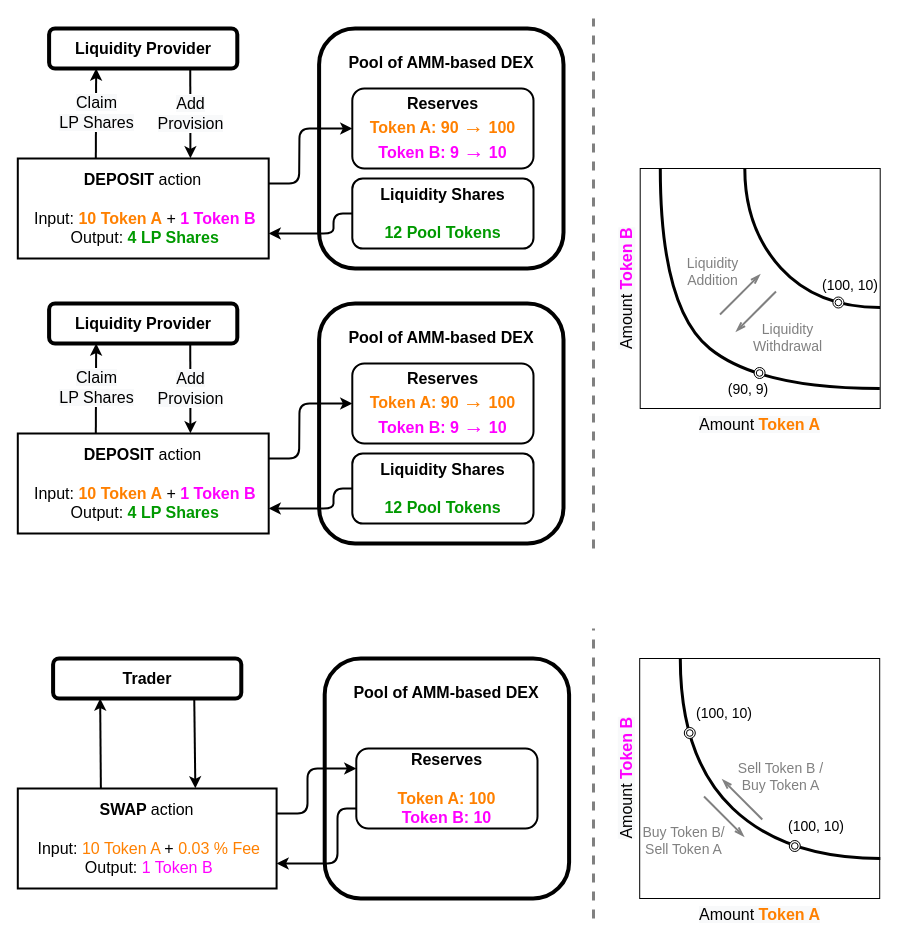
The draw.io diagram page "Page-2" (2 of 2) of assets/AMM mechanism.drawio in xujiahuayz/bondingcurves, before the edit. Source tidied: cells renumbered, new cells numbered last; positions are measured from the earlier drawing's top-left corner, leaving out a move shared by most shapes. Both pictures are drawn from the tidied source at 100%, with x=0, y=0 at pixel (17, 18).
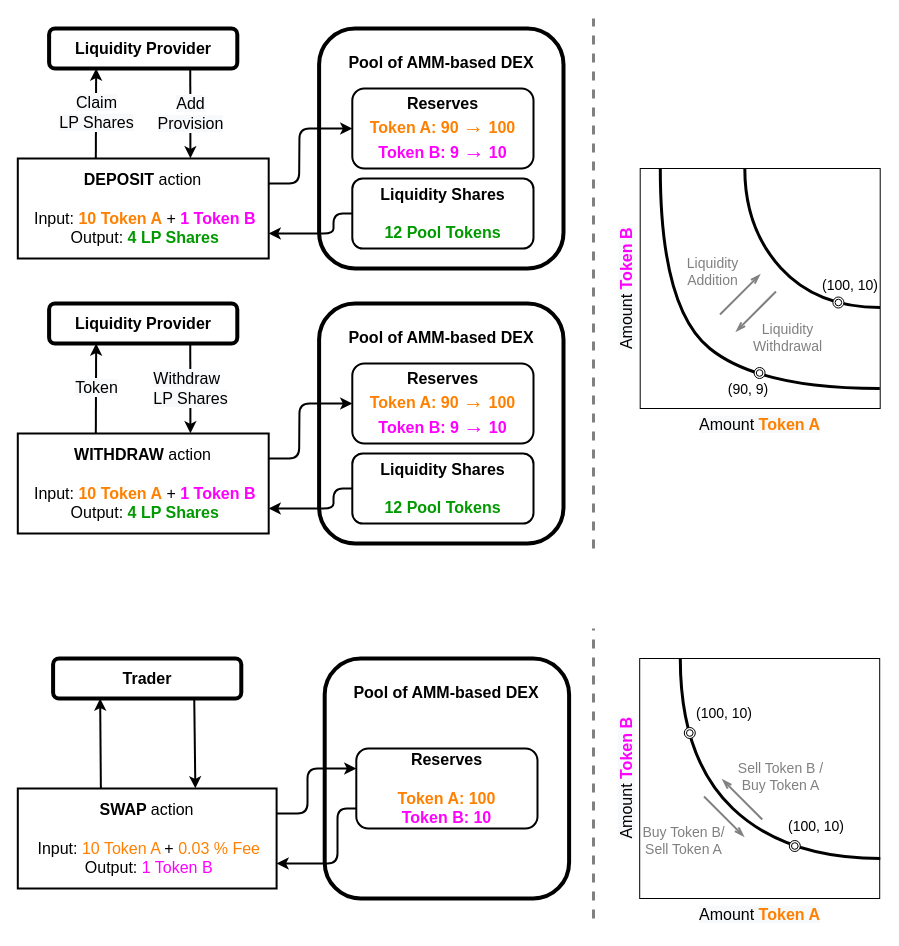
The same diagram, later.

The change refers to these unchanged cells:
```xml
<mxCell id="46" value="&lt;b&gt;Liquidity Provider&lt;/b&gt;" style="rounded=1;whiteSpace=wrap;html=1;shadow=0;fontSize=16;strokeWidth=4;fillColor=none;gradientColor=none;" parent="1" vertex="1">
  <mxGeometry x="31.6" y="285" width="188.2" height="40" as="geometry" />
</mxCell>
<mxCell id="51" style="endArrow=classic;html=1;rounded=0;fontSize=16;strokeWidth=2;entryX=0.25;entryY=1;entryDx=0;entryDy=0;exitX=0.311;exitY=-0.002;exitDx=0;exitDy=0;exitPerimeter=0;" parent="1" edge="1" source="48" target="46">
  <mxGeometry relative="1" as="geometry" />
</mxCell>
```

What changed in the source:
```diff
@@
-    <mxCell id="48" value="&lt;div&gt;&lt;b&gt;DEPOSIT &lt;/b&gt;action&lt;/div&gt;&lt;div&gt;&lt;br&gt;&lt;/div&gt;&lt;span style=&quot;text-align: left&quot;&gt;&amp;nbsp;Input: &lt;font color=&quot;#ff8000&quot;&gt;&lt;b&gt;10 Token A&lt;/b&gt;&lt;/font&gt;&lt;font color=&quot;#cc6600&quot;&gt; &lt;/font&gt;+ &lt;font color=&quot;#ff00ff&quot;&gt;&lt;b&gt;1 Token B&lt;/b&gt;&lt;/font&gt;&lt;/span&gt;&lt;br style=&quot;text-align: left&quot;&gt;&lt;span style=&quot;text-align: left&quot;&gt;&amp;nbsp;Output: &lt;font color=&quot;#009900&quot;&gt;&lt;b&gt;4 LP Shares&lt;/b&gt;&lt;/font&gt;&lt;/span&gt;" style="rounded=0;whiteSpace=wrap;html=1;shadow=0;fontSize=16;strokeWidth=2;fillColor=none;gradientColor=none;" parent="1" vertex="1">
+    <mxCell id="48" value="&lt;div&gt;&lt;b&gt;WITHDRAW&amp;nbsp;&lt;/b&gt;action&lt;/div&gt;&lt;div&gt;&lt;br&gt;&lt;/div&gt;&lt;span style=&quot;text-align: left&quot;&gt;&amp;nbsp;Input: &lt;font color=&quot;#ff8000&quot;&gt;&lt;b&gt;10 Token A&lt;/b&gt;&lt;/font&gt;&lt;font color=&quot;#cc6600&quot;&gt; &lt;/font&gt;+ &lt;font color=&quot;#ff00ff&quot;&gt;&lt;b&gt;1 Token B&lt;/b&gt;&lt;/font&gt;&lt;/span&gt;&lt;br style=&quot;text-align: left&quot;&gt;&lt;span style=&quot;text-align: left&quot;&gt;&amp;nbsp;Output: &lt;font color=&quot;#009900&quot;&gt;&lt;b&gt;4 LP Shares&lt;/b&gt;&lt;/font&gt;&lt;/span&gt;" style="rounded=0;whiteSpace=wrap;html=1;shadow=0;fontSize=16;strokeWidth=2;fillColor=none;gradientColor=none;" parent="1" vertex="1">
       <mxGeometry x="0.3" y="415" width="250.9" height="100" as="geometry" />
     </mxCell>
@@
-    <mxCell id="52" value="&lt;span style=&quot;color: rgb(0 , 0 , 0) ; text-align: left ; background-color: rgb(248 , 249 , 250)&quot;&gt;Claim&lt;br&gt;LP Shares&lt;/span&gt;" style="edgeLabel;html=1;align=center;verticalAlign=middle;fontSize=16;fontColor=#FF8000;" parent="51" vertex="1">
+    <mxCell id="52" value="&lt;div style=&quot;text-align: left&quot;&gt;&lt;font color=&quot;#000000&quot;&gt;&lt;span style=&quot;background-color: rgb(248 , 249 , 250)&quot;&gt;Token&lt;/span&gt;&lt;/font&gt;&lt;/div&gt;" style="edgeLabel;html=1;align=center;verticalAlign=middle;fontSize=16;fontColor=#FF8000;" parent="51" vertex="1">
       <mxGeometry x="0.16" y="-1" relative="1" as="geometry">
         <mxPoint x="-1" y="6" as="offset" />
       </mxGeometry>
     </mxCell>
-    <mxCell id="53" value="&lt;span style=&quot;text-align: left ; background-color: rgb(248 , 249 , 250)&quot;&gt;Add&lt;br&gt;Provision&lt;/span&gt;" style="endArrow=classic;html=1;rounded=0;fontSize=16;strokeWidth=2;entryX=0.688;entryY=-0.002;entryDx=0;entryDy=0;exitX=0.75;exitY=1;exitDx=0;exitDy=0;entryPerimeter=0;" parent="1" edge="1" source="46" target="48">
+    <mxCell id="53" value="&lt;div style=&quot;text-align: left&quot;&gt;&lt;span style=&quot;background-color: rgb(248 , 249 , 250)&quot;&gt;Withdraw&lt;/span&gt;&lt;/div&gt;&lt;div style=&quot;text-align: left&quot;&gt;&lt;span style=&quot;background-color: rgb(248 , 249 , 250)&quot;&gt;LP Shares&lt;/span&gt;&lt;/div&gt;" style="endArrow=classic;html=1;rounded=0;fontSize=16;strokeWidth=2;entryX=0.688;entryY=-0.002;entryDx=0;entryDy=0;exitX=0.75;exitY=1;exitDx=0;exitDy=0;entryPerimeter=0;" parent="1" edge="1" source="46" target="48">
       <mxGeometry relative="1" as="geometry" />
     </mxCell>
```
